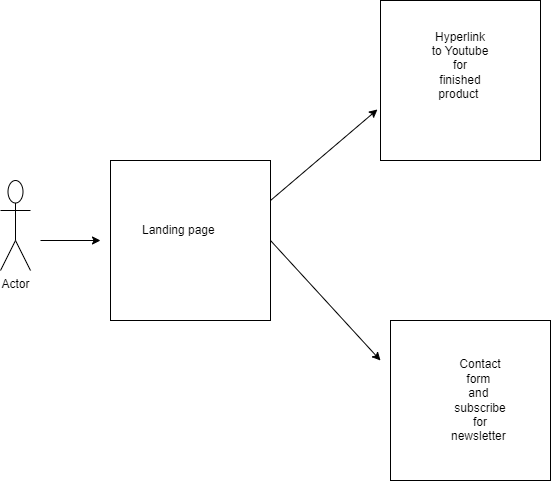
Earlier version of the draw.io export 201-Project-User-Flow.drawio.png (Blendshe/201-Project-Photography-website). Source tidied: cells renumbered, new cells last; positions are measured from the earlier drawing's top-left corner, leaving out a move shared by most shapes. The source it was exported from:
```xml
<mxGraphModel>
  <root>
    <mxCell id="0" />
    <mxCell id="1" parent="0" />
    <mxCell id="2" style="whiteSpace=wrap;html=1;" parent="1" vertex="1">
      <mxGeometry x="110" y="160" width="160" height="160" as="geometry" />
    </mxCell>
    <mxCell id="3" value="Actor" style="shape=umlActor;verticalLabelPosition=bottom;verticalAlign=top;html=1;" parent="1" vertex="1">
      <mxGeometry y="180" width="30" height="90" as="geometry" />
    </mxCell>
    <mxCell id="4" value="Landing page&amp;nbsp;" style="text;html=1;strokeColor=none;fillColor=none;align=center;verticalAlign=middle;whiteSpace=wrap;rounded=0;" parent="1" vertex="1">
      <mxGeometry x="110" y="210" width="140" height="40" as="geometry" />
    </mxCell>
    <mxCell id="5" style="whiteSpace=wrap;html=1;" parent="1" vertex="1">
      <mxGeometry x="380" width="160" height="160" as="geometry" />
    </mxCell>
    <mxCell id="6" style="whiteSpace=wrap;html=1;" parent="1" vertex="1">
      <mxGeometry x="390" y="320" width="160" height="160" as="geometry" />
    </mxCell>
    <mxCell id="7" value="Hyperlink to Youtube for finished product&amp;nbsp;" style="text;html=1;strokeColor=none;fillColor=none;align=center;verticalAlign=middle;whiteSpace=wrap;rounded=0;" parent="1" vertex="1">
      <mxGeometry x="430" y="60" width="60" height="10" as="geometry" />
    </mxCell>
    <mxCell id="8" value="Contact form&amp;nbsp;&lt;br&gt;and&amp;nbsp;&lt;br&gt;subscribe for newsletter&amp;nbsp;" style="text;html=1;strokeColor=none;fillColor=none;align=center;verticalAlign=middle;whiteSpace=wrap;rounded=0;" parent="1" vertex="1">
      <mxGeometry x="450" y="395" width="60" height="10" as="geometry" />
    </mxCell>
    <mxCell id="9" style="endArrow=classic;html=1;rounded=0;" parent="1" edge="1">
      <mxGeometry relative="1" as="geometry">
        <mxPoint x="40" y="240" as="sourcePoint" />
        <mxPoint x="100" y="240" as="targetPoint" />
      </mxGeometry>
    </mxCell>
    <mxCell id="10" style="endArrow=classic;html=1;rounded=0;" parent="1" edge="1">
      <mxGeometry relative="1" as="geometry">
        <mxPoint x="270" y="240" as="sourcePoint" />
        <mxPoint x="380" y="360" as="targetPoint" />
      </mxGeometry>
    </mxCell>
    <mxCell id="11" style="endArrow=classic;html=1;rounded=0;entryX=-0.019;entryY=0.681;entryDx=0;entryDy=0;entryPerimeter=0;" parent="1" edge="1" target="5">
      <mxGeometry relative="1" as="geometry">
        <mxPoint x="270" y="200" as="sourcePoint" />
      </mxGeometry>
    </mxCell>
  </root>
</mxGraphModel>
```
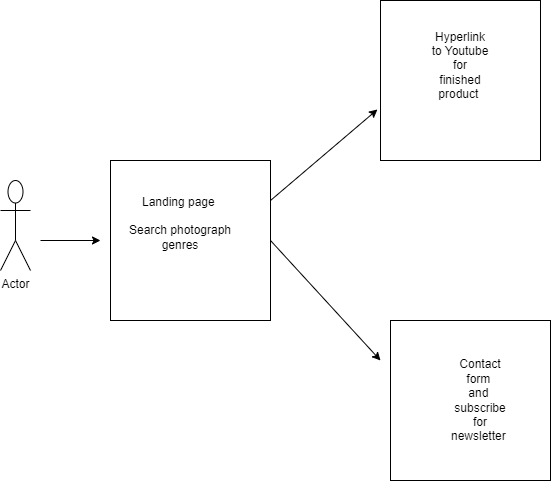
Above is the later version.

Diff of the diagram source:
```diff
@@ -8,7 +8,7 @@
     <mxCell id="3" value="Actor" style="shape=umlActor;verticalLabelPosition=bottom;verticalAlign=top;html=1;" parent="1" vertex="1">
       <mxGeometry y="180" width="30" height="90" as="geometry" />
     </mxCell>
-    <mxCell id="4" value="Landing page&amp;nbsp;" style="text;html=1;strokeColor=none;fillColor=none;align=center;verticalAlign=middle;whiteSpace=wrap;rounded=0;" parent="1" vertex="1">
+    <mxCell id="4" value="Landing page&amp;nbsp;&lt;br&gt;&lt;br&gt;Search photograph genres&lt;br&gt;&lt;br&gt;" style="text;html=1;strokeColor=none;fillColor=none;align=center;verticalAlign=middle;whiteSpace=wrap;rounded=0;" parent="1" vertex="1">
       <mxGeometry x="110" y="210" width="140" height="40" as="geometry" />
     </mxCell>
     <mxCell id="5" style="whiteSpace=wrap;html=1;" parent="1" vertex="1">
```
